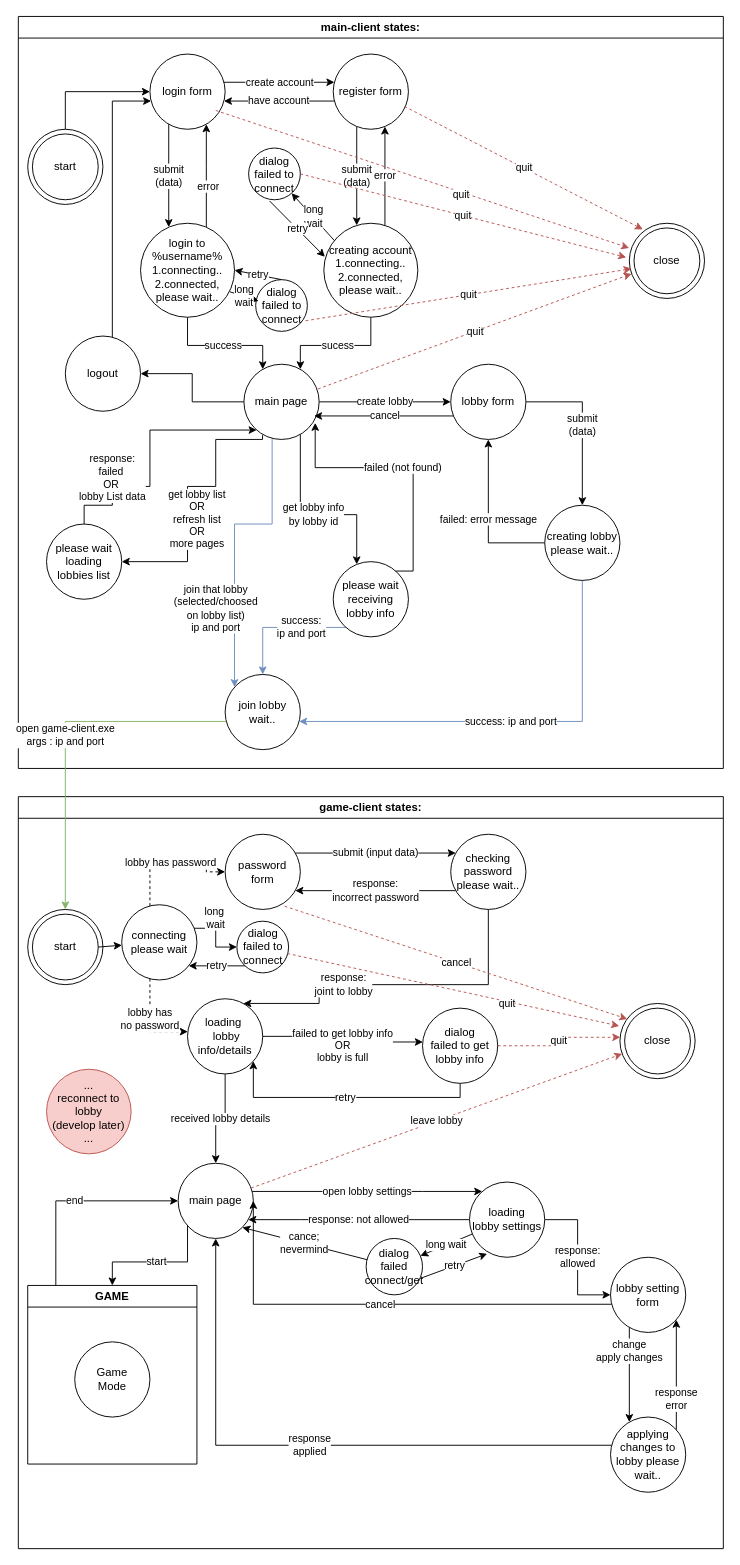
The draw.io diagram docs/machine-state/client/client-states.drawio in turnaduw/fluffyMultiplayer, before the edit. Source tidied: cells renumbered, new cells numbered last; positions are measured from the earlier drawing's top-left corner, leaving out a move shared by most shapes. Both pictures are drawn from the tidied source at 94%, with x=0, y=0 at pixel (18, 16).
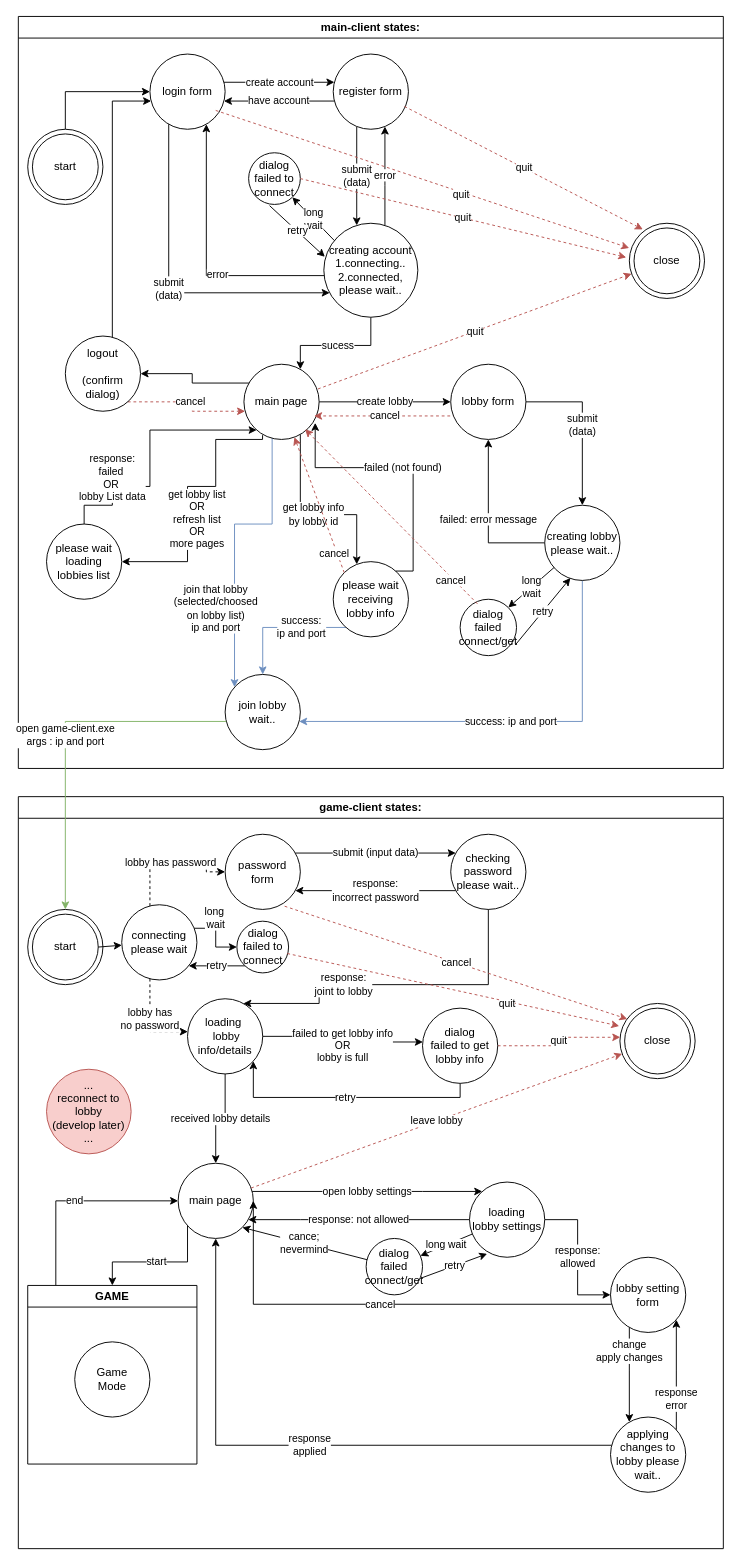
The same page after the edit.

Commit message (it also covers changes not shown here):
doc: client states updated

The change refers to these unchanged cells:
```xml
<mxCell id="2" value="main-client states:" style="swimlane;whiteSpace=wrap;html=1;" parent="1" vertex="1">
  <mxGeometry width="750" height="800" as="geometry" />
</mxCell>
<mxCell id="7" value="login form" style="ellipse;whiteSpace=wrap;html=1;" parent="2" vertex="1">
  <mxGeometry x="140" y="40" width="80" height="80" as="geometry" />
</mxCell>
<mxCell id="17" value="creating account&lt;br&gt;1.connecting..&lt;br&gt;2.connected, please wait.." style="ellipse;whiteSpace=wrap;html=1;" parent="2" vertex="1">
  <mxGeometry x="325" y="220" width="100" height="100" as="geometry" />
</mxCell>
<mxCell id="23" value="main page" style="ellipse;whiteSpace=wrap;html=1;" parent="2" vertex="1">
  <mxGeometry x="240" y="370" width="80" height="80" as="geometry" />
</mxCell>
<mxCell id="32" value="please wait&lt;br&gt;receiving lobby info" style="ellipse;whiteSpace=wrap;html=1;" parent="2" vertex="1">
  <mxGeometry x="335" y="580" width="80" height="80" as="geometry" />
</mxCell>
<mxCell id="34" style="ellipse;whiteSpace=wrap;html=1;" parent="2" vertex="1">
  <mxGeometry x="650" y="220" width="80" height="80" as="geometry" />
</mxCell>
<mxCell id="42" value="creating lobby&lt;br&gt;please wait.." style="ellipse;whiteSpace=wrap;html=1;" parent="2" vertex="1">
  <mxGeometry x="560" y="520" width="80" height="80" as="geometry" />
</mxCell>
```

What changed in the source:
```diff
@@
-    <mxCell id="6" value="submit&lt;br&gt;(data)" style="edgeStyle=orthogonalEdgeStyle;rounded=0;jettySize=auto;html=1;" parent="2" edge="1" source="7" target="14">
+    <mxCell id="6" value="submit&lt;br&gt;(data)" style="edgeStyle=orthogonalEdgeStyle;rounded=0;jettySize=auto;html=1;entryX=0.063;entryY=0.74;entryDx=0;entryDy=0;entryPerimeter=0;" parent="2" edge="1" source="7" target="17">
       <mxGeometry relative="1" as="geometry">
         <Array as="points">
-          <mxPoint x="160" y="160" />
-          <mxPoint x="160" y="160" />
+          <mxPoint x="160" y="294" />
         </Array>
       </mxGeometry>
     </mxCell>
@@
-    <mxCell id="11" style="edgeStyle=orthogonalEdgeStyle;rounded=0;jettySize=auto;html=1;" parent="2" edge="1" source="14" target="7">
+    <mxCell id="11" style="edgeStyle=orthogonalEdgeStyle;rounded=0;jettySize=auto;html=1;exitX=0.011;exitY=0.557;exitDx=0;exitDy=0;exitPerimeter=0;" parent="2" edge="1" source="17" target="7">
       <mxGeometry relative="1" as="geometry">
         <Array as="points">
-          <mxPoint x="200" y="160" />
-          <mxPoint x="200" y="160" />
+          <mxPoint x="200" y="276" />
         </Array>
       </mxGeometry>
     </mxCell>
@@
-    <mxCell id="13" value="success" style="edgeStyle=orthogonalEdgeStyle;rounded=0;jettySize=auto;html=1;" parent="2" edge="1" source="14" target="23">
-      <mxGeometry relative="1" as="geometry">
-        <Array as="points">
-          <mxPoint x="180" y="350" />
-          <mxPoint x="260" y="350" />
-        </Array>
-      </mxGeometry>
-    </mxCell>
-    <mxCell id="14" value="login to %username%&lt;br&gt;1.connecting..&lt;br&gt;2.connected, please wait.." style="ellipse;whiteSpace=wrap;html=1;" parent="2" vertex="1">
-      <mxGeometry x="130" y="220" width="100" height="100" as="geometry" />
-    </mxCell>
@@
     <mxCell id="18" style="edgeStyle=orthogonalEdgeStyle;rounded=0;jettySize=auto;html=1;" parent="2" edge="1" source="23" target="25">
-      <mxGeometry relative="1" as="geometry" />
+      <mxGeometry relative="1" as="geometry">
+        <Array as="points">
+          <mxPoint x="185" y="390" />
+          <mxPoint x="185" y="380" />
+        </Array>
+      </mxGeometry>
     </mxCell>
@@
+    <mxCell id="99" value="cancel" style="edgeStyle=orthogonalEdgeStyle;rounded=0;jettySize=auto;html=1;fillColor=#f8cecc;strokeColor=#b85450;dashed=1;" parent="2" edge="1" source="25" target="23">
+      <mxGeometry relative="1" as="geometry">
+        <Array as="points">
+          <mxPoint x="185" y="410" />
+          <mxPoint x="185" y="420" />
+        </Array>
+      </mxGeometry>
+    </mxCell>
-    <mxCell id="25" value="logout" style="ellipse;whiteSpace=wrap;html=1;" parent="2" vertex="1">
+    <mxCell id="25" value="logout&lt;br&gt;&lt;br&gt;(confirm dialog)" style="ellipse;whiteSpace=wrap;html=1;" parent="2" vertex="1">
       <mxGeometry x="50" y="340" width="80" height="80" as="geometry" />
     </mxCell>
-    <mxCell id="26" value="cancel" style="edgeStyle=orthogonalEdgeStyle;rounded=0;orthogonalLoop=1;jettySize=auto;html=1;" parent="2" edge="1">
+    <mxCell id="26" value="cancel" style="edgeStyle=orthogonalEdgeStyle;rounded=0;orthogonalLoop=1;jettySize=auto;html=1;fillColor=#f8cecc;strokeColor=#b85450;dashed=1;" parent="2" edge="1">
       <mxGeometry relative="1" as="geometry">
         <mxPoint x="465.4" y="425" as="sourcePoint" />
         <mxPoint x="314.6" y="425" as="targetPoint" />
         <Array as="points">
           <mxPoint x="390" y="425" />
           <mxPoint x="390" y="425" />
         </Array>
       </mxGeometry>
     </mxCell>
@@
     <mxCell id="44" value="dialog&lt;br&gt;failed to connect" style="ellipse;whiteSpace=wrap;html=1;" parent="2" vertex="1">
-      <mxGeometry x="245" y="140" width="55" height="55" as="geometry" />
+      <mxGeometry x="245" y="145" width="55" height="55" as="geometry" />
     </mxCell>
-    <mxCell id="45" value="dialog&lt;br&gt;failed to connect" style="ellipse;whiteSpace=wrap;html=1;" parent="2" vertex="1">
-      <mxGeometry x="252.5" y="280" width="55" height="55" as="geometry" />
-    </mxCell>
-    <mxCell id="46" value="long&lt;br&gt;wait" style="endArrow=classic;html=1;rounded=0;exitX=0.95;exitY=0.729;exitDx=0;exitDy=0;exitPerimeter=0;entryX=0.06;entryY=0.413;entryDx=0;entryDy=0;entryPerimeter=0;" parent="2" edge="1" source="14" target="45">
-      <mxGeometry relative="1" as="geometry" />
-    </mxCell>
@@
+    <mxCell id="51" value="quit" style="endArrow=classic;html=1;rounded=0;fillColor=#f8cecc;strokeColor=#b85450;dashed=1;entryX=-0.041;entryY=0.454;entryDx=0;entryDy=0;entryPerimeter=0;exitX=1;exitY=0.5;exitDx=0;exitDy=0;" parent="2" edge="1" source="44" target="34">
+      <mxGeometry relative="1" as="geometry" />
+    </mxCell>
+    <mxCell id="100" value="dialog&lt;br&gt;failed connect/get" style="ellipse;whiteSpace=wrap;html=1;" parent="2" vertex="1">
+      <mxGeometry x="470" y="620" width="60" height="60" as="geometry" />
+    </mxCell>
+    <mxCell id="46" value="long&lt;br&gt;wait" style="endArrow=classic;html=1;rounded=0;entryX=1;entryY=0;entryDx=0;entryDy=0;" parent="2" edge="1" source="42" target="100">
+      <mxGeometry relative="1" as="geometry" />
+    </mxCell>
-    <mxCell id="49" value="retry" style="endArrow=classic;html=1;rounded=0;exitX=0.5;exitY=0;exitDx=0;exitDy=0;entryX=1;entryY=0.5;entryDx=0;entryDy=0;" parent="2" edge="1" source="45" target="14">
+    <mxCell id="49" value="retry" style="endArrow=classic;html=1;rounded=0;entryX=0.341;entryY=0.968;entryDx=0;entryDy=0;entryPerimeter=0;exitX=0.983;exitY=0.805;exitDx=0;exitDy=0;exitPerimeter=0;" parent="2" edge="1" source="100" target="42">
       <mxGeometry relative="1" as="geometry" />
     </mxCell>
-    <mxCell id="50" value="quit" style="endArrow=classic;html=1;rounded=0;fillColor=#f8cecc;strokeColor=#b85450;dashed=1;entryX=0.03;entryY=0.604;entryDx=0;entryDy=0;entryPerimeter=0;exitX=0.965;exitY=0.795;exitDx=0;exitDy=0;exitPerimeter=0;" parent="2" edge="1" source="45" target="34">
-      <mxGeometry relative="1" as="geometry" />
-    </mxCell>
-    <mxCell id="51" value="quit" style="endArrow=classic;html=1;rounded=0;fillColor=#f8cecc;strokeColor=#b85450;dashed=1;entryX=-0.041;entryY=0.454;entryDx=0;entryDy=0;entryPerimeter=0;exitX=1;exitY=0.5;exitDx=0;exitDy=0;" parent="2" edge="1" source="44" target="34">
-      <mxGeometry relative="1" as="geometry" />
-    </mxCell>
+    <mxCell id="101" value="cancel" style="endArrow=classic;html=1;rounded=0;entryX=0.813;entryY=0.864;entryDx=0;entryDy=0;entryPerimeter=0;exitX=0.307;exitY=0.081;exitDx=0;exitDy=0;exitPerimeter=0;dashed=1;fillColor=#f8cecc;strokeColor=#b85450;" parent="2" edge="1" source="100" target="23">
+      <mxGeometry x="-0.71" y="3" relative="1" as="geometry" />
+    </mxCell>
+    <mxCell id="102" value="cancel" style="endArrow=classic;html=1;rounded=0;exitX=0;exitY=0;exitDx=0;exitDy=0;dashed=1;fillColor=#f8cecc;strokeColor=#b85450;" parent="2" edge="1" source="32" target="23">
+      <mxGeometry x="-0.71" y="3" relative="1" as="geometry" />
+    </mxCell>
```
